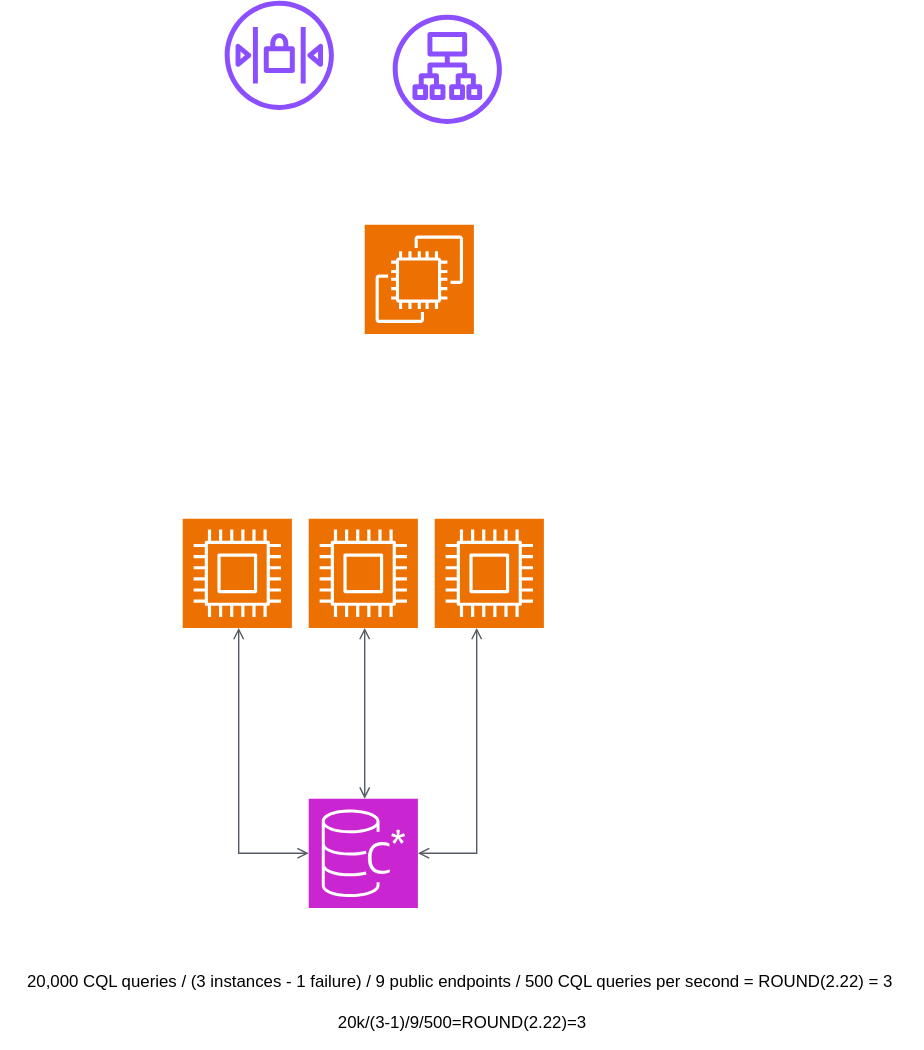
Above: nio-lab.drawio.svg in TikTzuki/trade-test (draw.io), before the change. Source tidied: cells renumbered, new cells last; positions are measured from the earlier drawing's top-left corner, leaving out a move shared by most shapes.
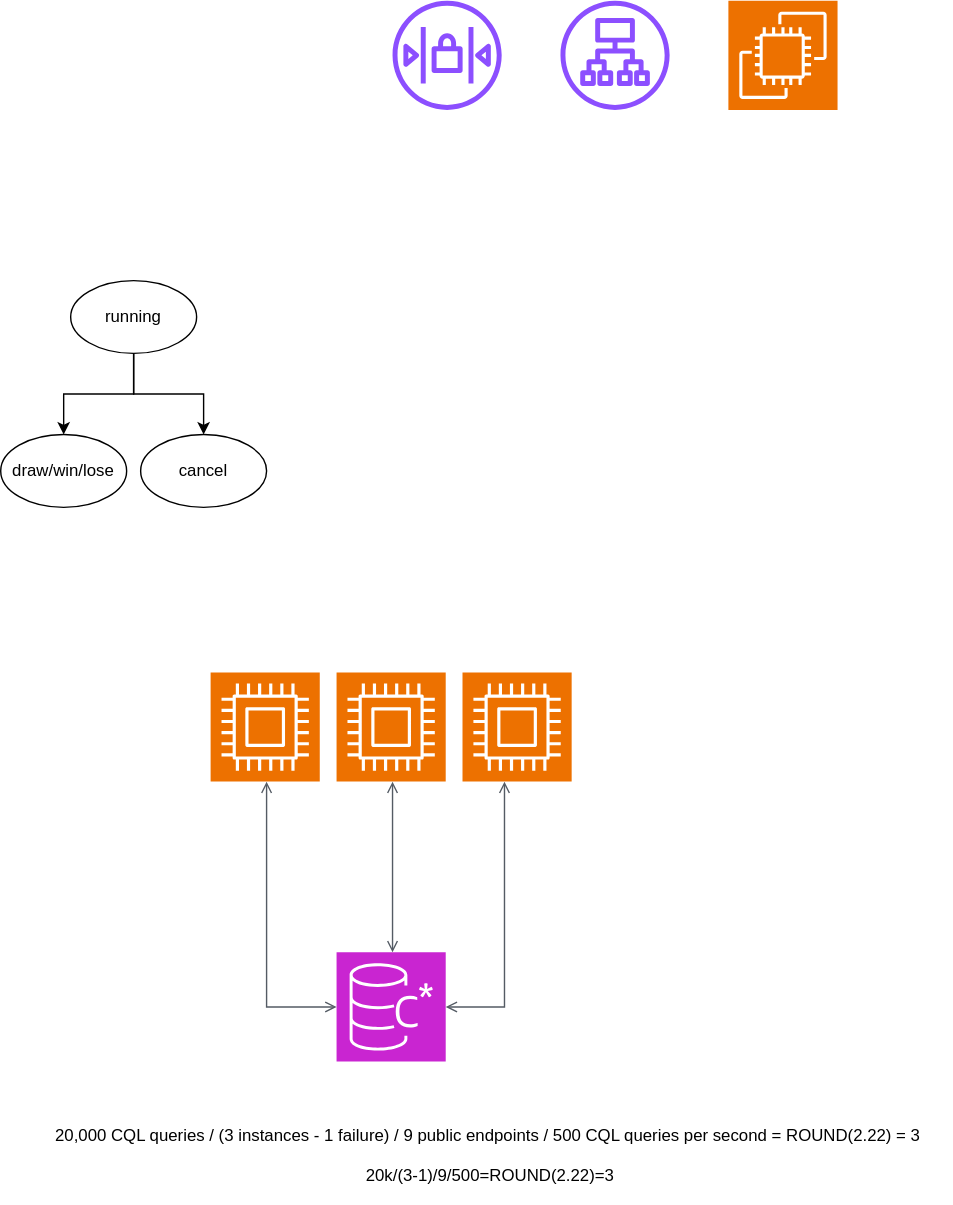
After the change.

The edit, as a diff of the source:
```diff
@@ -3,16 +3,16 @@
     <mxCell id="0" />
     <mxCell id="1" parent="0" />
     <mxCell id="2" style="sketch=0;fontColor=#232F3E;gradientColor=none;fillColor=#8C4FFF;strokeColor=none;dashed=0;verticalLabelPosition=bottom;verticalAlign=top;align=center;html=1;fontSize=12;fontStyle=0;shape=mxgraph.aws4.application_load_balancer;" parent="1" vertex="1">
-      <mxGeometry x="280" y="10" width="78" height="78" as="geometry" />
+      <mxGeometry x="380" y="-110" width="78" height="78" as="geometry" />
     </mxCell>
     <mxCell id="3" style="sketch=0;fontColor=#232F3E;fillColor=#ED7100;strokeColor=#ffffff;dashed=0;verticalLabelPosition=bottom;verticalAlign=top;align=center;html=1;fontSize=12;fontStyle=0;shape=mxgraph.aws4.resourceIcon;resIcon=mxgraph.aws4.ec2;" parent="1" vertex="1">
-      <mxGeometry x="260" y="160" width="78" height="78" as="geometry" />
+      <mxGeometry x="500" y="-110" width="78" height="78" as="geometry" />
     </mxCell>
     <mxCell id="4" style="sketch=0;points=[[0,0,0],[0.25,0,0],[0.5,0,0],[0.75,0,0],[1,0,0],[0,1,0],[0.25,1,0],[0.5,1,0],[0.75,1,0],[1,1,0],[0,0.25,0],[0,0.5,0],[0,0.75,0],[1,0.25,0],[1,0.5,0],[1,0.75,0]];outlineConnect=0;fontColor=#232F3E;fillColor=#ED7100;strokeColor=#ffffff;dashed=0;verticalLabelPosition=bottom;verticalAlign=top;align=center;html=1;fontSize=12;fontStyle=0;shape=mxgraph.aws4.resourceIcon;resIcon=mxgraph.aws4.compute;" parent="1" vertex="1">
       <mxGeometry x="130" y="370" width="78" height="78" as="geometry" />
     </mxCell>
     <mxCell id="5" style="sketch=0;fontColor=#232F3E;gradientColor=none;fillColor=#8C4FFF;strokeColor=none;dashed=0;verticalLabelPosition=bottom;verticalAlign=top;align=center;html=1;fontSize=12;fontStyle=0;shape=mxgraph.aws4.network_access_control_list;" parent="1" vertex="1">
-      <mxGeometry x="160" width="78" height="78" as="geometry" />
+      <mxGeometry x="260" y="-110" width="78" height="78" as="geometry" />
     </mxCell>
     <mxCell id="6" style="sketch=0;points=[[0,0,0],[0.25,0,0],[0.5,0,0],[0.75,0,0],[1,0,0],[0,1,0],[0.25,1,0],[0.5,1,0],[0.75,1,0],[1,1,0],[0,0.25,0],[0,0.5,0],[0,0.75,0],[1,0.25,0],[1,0.5,0],[1,0.75,0]];outlineConnect=0;fontColor=#232F3E;fillColor=#ED7100;strokeColor=#ffffff;dashed=0;verticalLabelPosition=bottom;verticalAlign=top;align=center;html=1;fontSize=12;fontStyle=0;shape=mxgraph.aws4.resourceIcon;resIcon=mxgraph.aws4.compute;" parent="1" vertex="1">
       <mxGeometry x="220" y="370" width="78" height="78" as="geometry" />
@@ -48,5 +48,20 @@
     <mxCell id="12" value="20,000 CQL queries / (3 instances - 1 failure) / 9 public endpoints / 500 CQL queries per second = ROUND(2.22) = 3&amp;nbsp;&lt;br&gt;&lt;br&gt;20k/(3-1)/9/500=ROUND(2.22)=3" style="text;html=1;strokeColor=none;fillColor=none;align=center;verticalAlign=middle;whiteSpace=wrap;rounded=0;" parent="1" vertex="1">
       <mxGeometry y="680" width="660" height="70" as="geometry" />
     </mxCell>
+    <mxCell id="13" style="edgeStyle=orthogonalEdgeStyle;rounded=0;jettySize=auto;html=1;" parent="1" edge="1" source="15" target="16">
+      <mxGeometry relative="1" as="geometry" />
+    </mxCell>
+    <mxCell id="14" style="edgeStyle=orthogonalEdgeStyle;rounded=0;jettySize=auto;html=1;" parent="1" edge="1" source="15" target="17">
+      <mxGeometry relative="1" as="geometry" />
+    </mxCell>
+    <mxCell id="15" value="running" style="ellipse;whiteSpace=wrap;html=1;" parent="1" vertex="1">
+      <mxGeometry x="30" y="90" width="90" height="52" as="geometry" />
+    </mxCell>
+    <mxCell id="16" value="cancel" style="ellipse;whiteSpace=wrap;html=1;" parent="1" vertex="1">
+      <mxGeometry x="80" y="200" width="90" height="52" as="geometry" />
+    </mxCell>
+    <mxCell id="17" value="draw/win/lose" style="ellipse;whiteSpace=wrap;html=1;" parent="1" vertex="1">
+      <mxGeometry x="-20" y="200" width="90" height="52" as="geometry" />
+    </mxCell>
   </root>
 </mxGraphModel>
```
